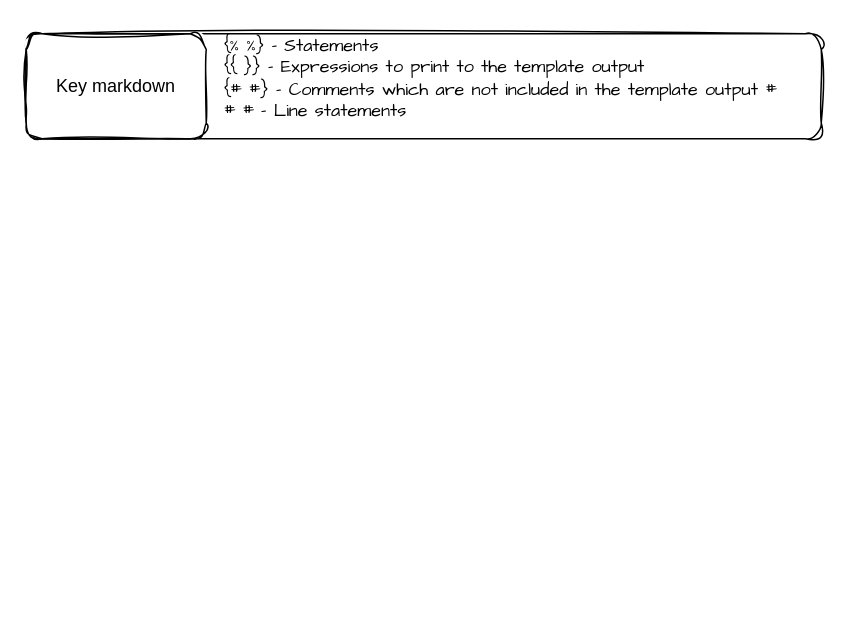
Before: Untitled Diagram.drawio in phamdinhdat-ai/FastAPI-Tutorial, a draw.io diagram. Source tidied: cells renumbered, new cells numbered last; positions are measured from the earlier drawing's top-left corner, leaving out a move shared by most shapes. Both pictures are drawn from the tidied source at 150%, with x=0, y=0 at pixel (26, 26).
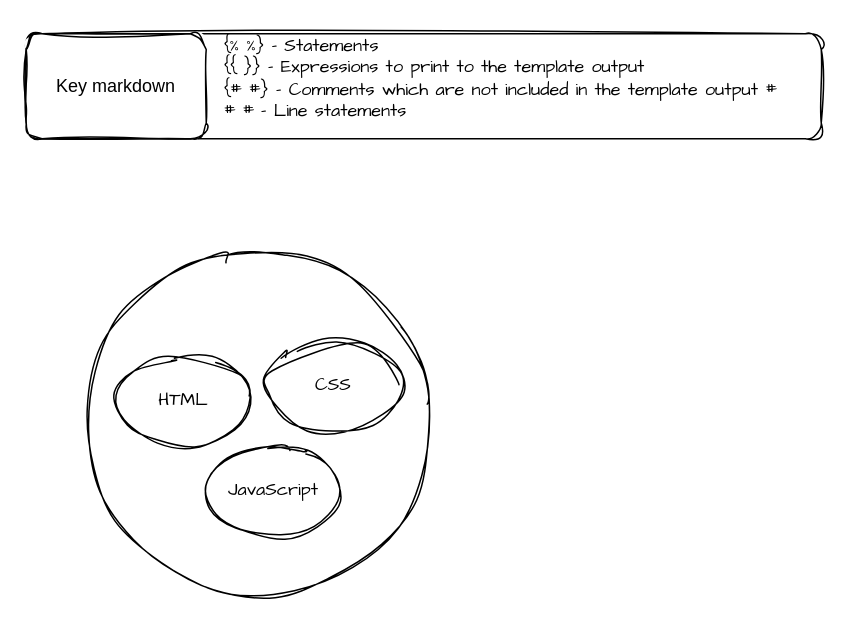
The same page after the edit.

What changed in the source:
```diff
@@
 <mxGraphModel>
   <root>
     <mxCell id="0" />
     <mxCell id="1" parent="0" />
     <mxCell id="2" style="rounded=1;whiteSpace=wrap;html=1;sketch=1;jiggle=2;curveFitting=1;strokeColor=default;align=center;verticalAlign=middle;fontFamily=Comic Sans MS;fontSize=12;fontColor=default;fillColor=default;" parent="1" vertex="1">
       <mxGeometry y="5" width="530" height="70" as="geometry" />
     </mxCell>
     <mxCell id="3" value="Key markdown" style="rounded=1;whiteSpace=wrap;html=1;sketch=1;curveFitting=1;jiggle=2;" parent="1" vertex="1">
       <mxGeometry y="5" width="120" height="70" as="geometry" />
     </mxCell>
     <mxCell id="4" value="{% %} – Statements&lt;br&gt;{{ }} – Expressions to print to the template output&lt;br&gt;{# #} – Comments which are not included in the template output&amp;nbsp;# # # – Line statements" style="text;whiteSpace=wrap;html=1;fontFamily=Comic Sans MS;fontSize=12;fontColor=default;" parent="1" vertex="1">
       <mxGeometry x="130" width="380" height="80" as="geometry" />
     </mxCell>
+    <mxCell id="5" style="group;" parent="1" vertex="1">
+      <mxGeometry x="40" y="150" width="230" height="230" as="geometry" />
+    </mxCell>
+    <mxCell id="6" style="ellipse;whiteSpace=wrap;html=1;rounded=1;sketch=1;jiggle=2;curveFitting=1;strokeColor=default;align=center;verticalAlign=middle;fontFamily=Comic Sans MS;fontSize=12;fontColor=default;fillColor=default;" parent="5" vertex="1">
+      <mxGeometry width="230" height="230" as="geometry" />
+    </mxCell>
+    <mxCell id="7" value="HTML" style="ellipse;whiteSpace=wrap;html=1;rounded=1;sketch=1;jiggle=2;curveFitting=1;strokeColor=default;align=center;verticalAlign=middle;fontFamily=Comic Sans MS;fontSize=12;fontColor=default;fillColor=default;" parent="5" vertex="1">
+      <mxGeometry x="20" y="70" width="90" height="60" as="geometry" />
+    </mxCell>
+    <mxCell id="8" value="JavaScript" style="ellipse;whiteSpace=wrap;html=1;rounded=1;sketch=1;jiggle=2;curveFitting=1;strokeColor=default;align=center;verticalAlign=middle;fontFamily=Comic Sans MS;fontSize=12;fontColor=default;fillColor=default;" parent="5" vertex="1">
+      <mxGeometry x="80" y="130" width="90" height="60" as="geometry" />
+    </mxCell>
+    <mxCell id="9" value="CSS" style="ellipse;whiteSpace=wrap;html=1;rounded=1;sketch=1;jiggle=2;curveFitting=1;strokeColor=default;align=center;verticalAlign=middle;fontFamily=Comic Sans MS;fontSize=12;fontColor=default;fillColor=default;" parent="5" vertex="1">
+      <mxGeometry x="120" y="60" width="90" height="60" as="geometry" />
+    </mxCell>
   </root>
 </mxGraphModel>
```
